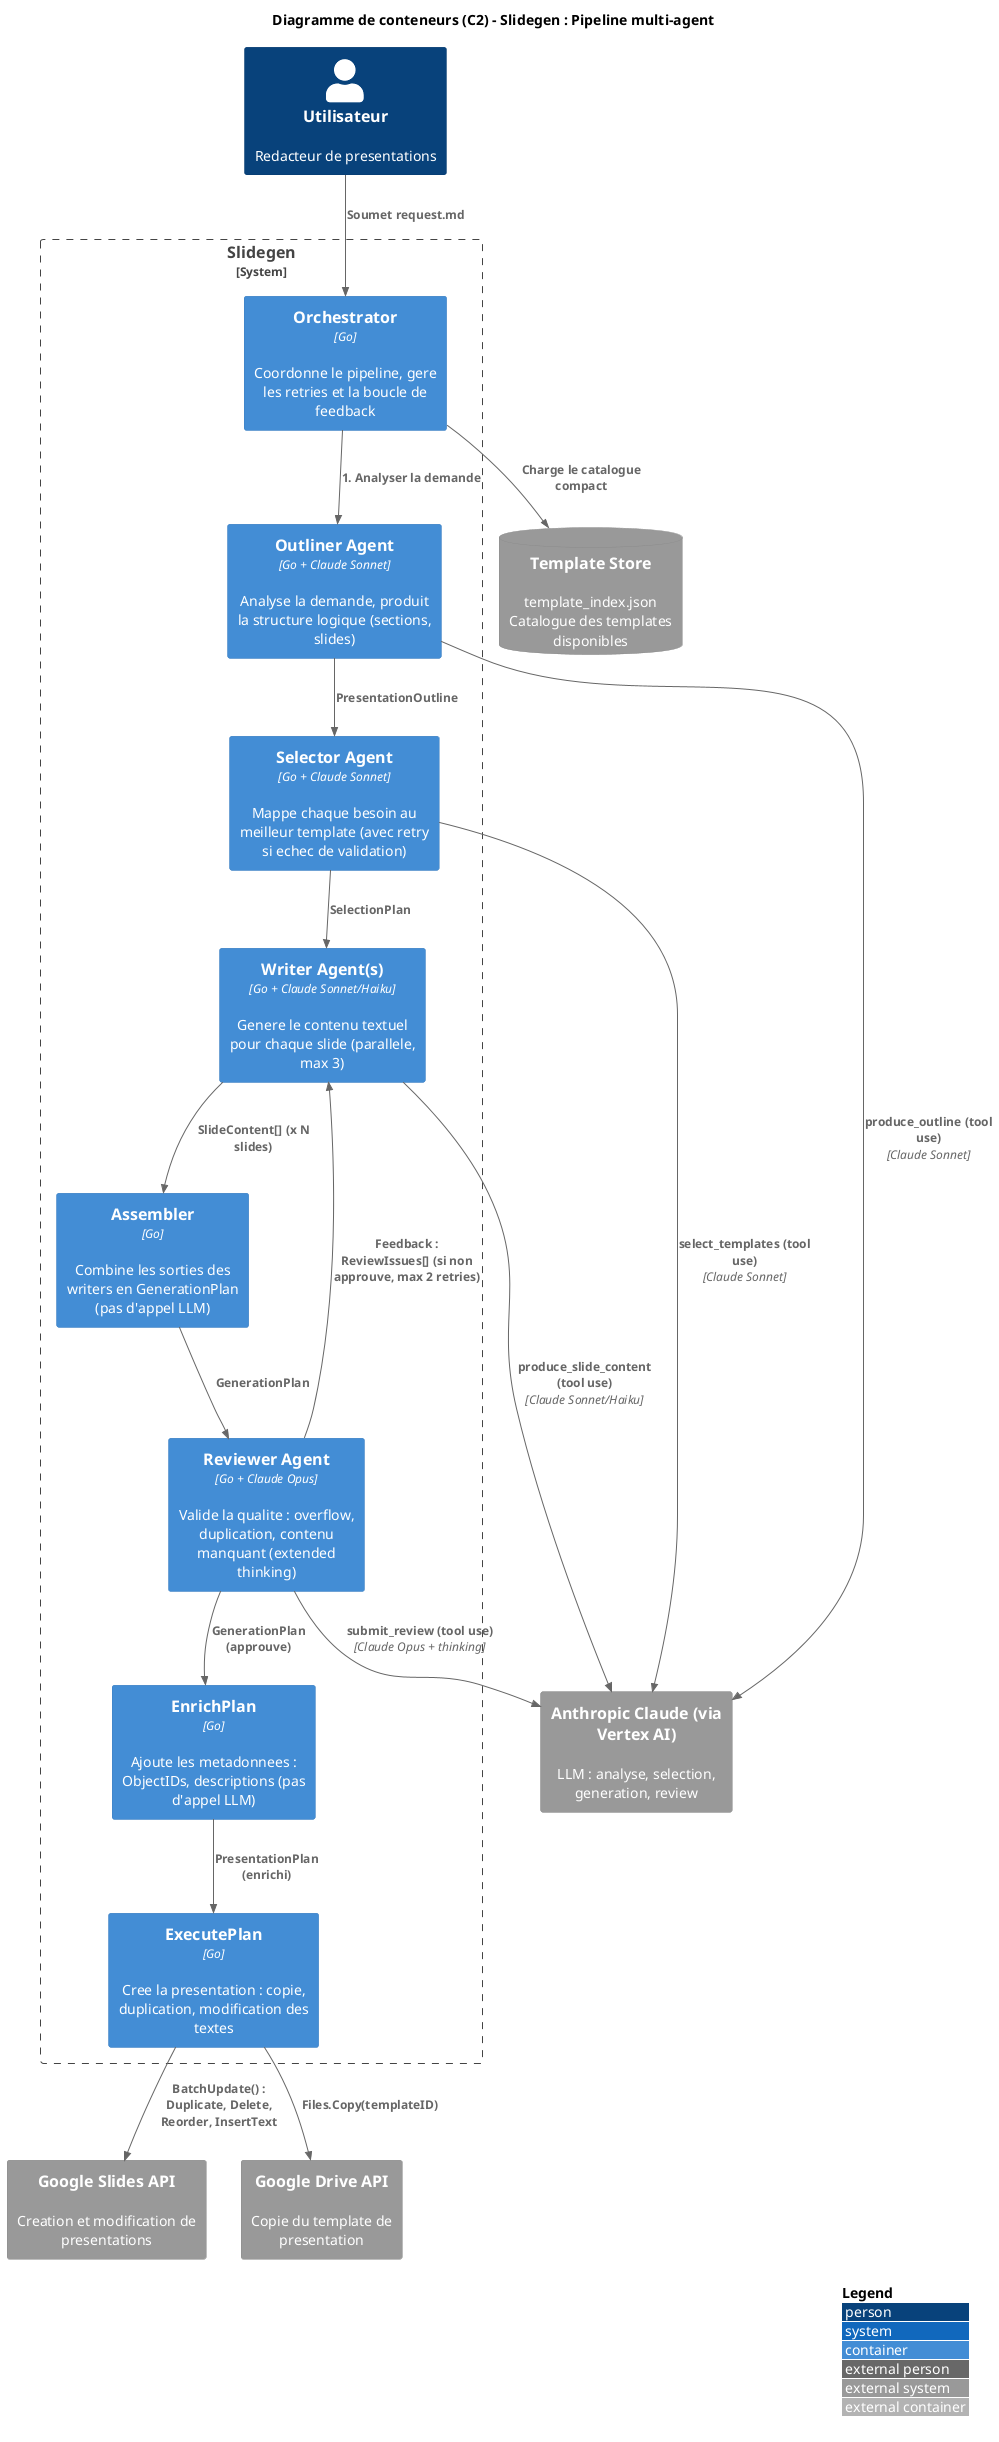
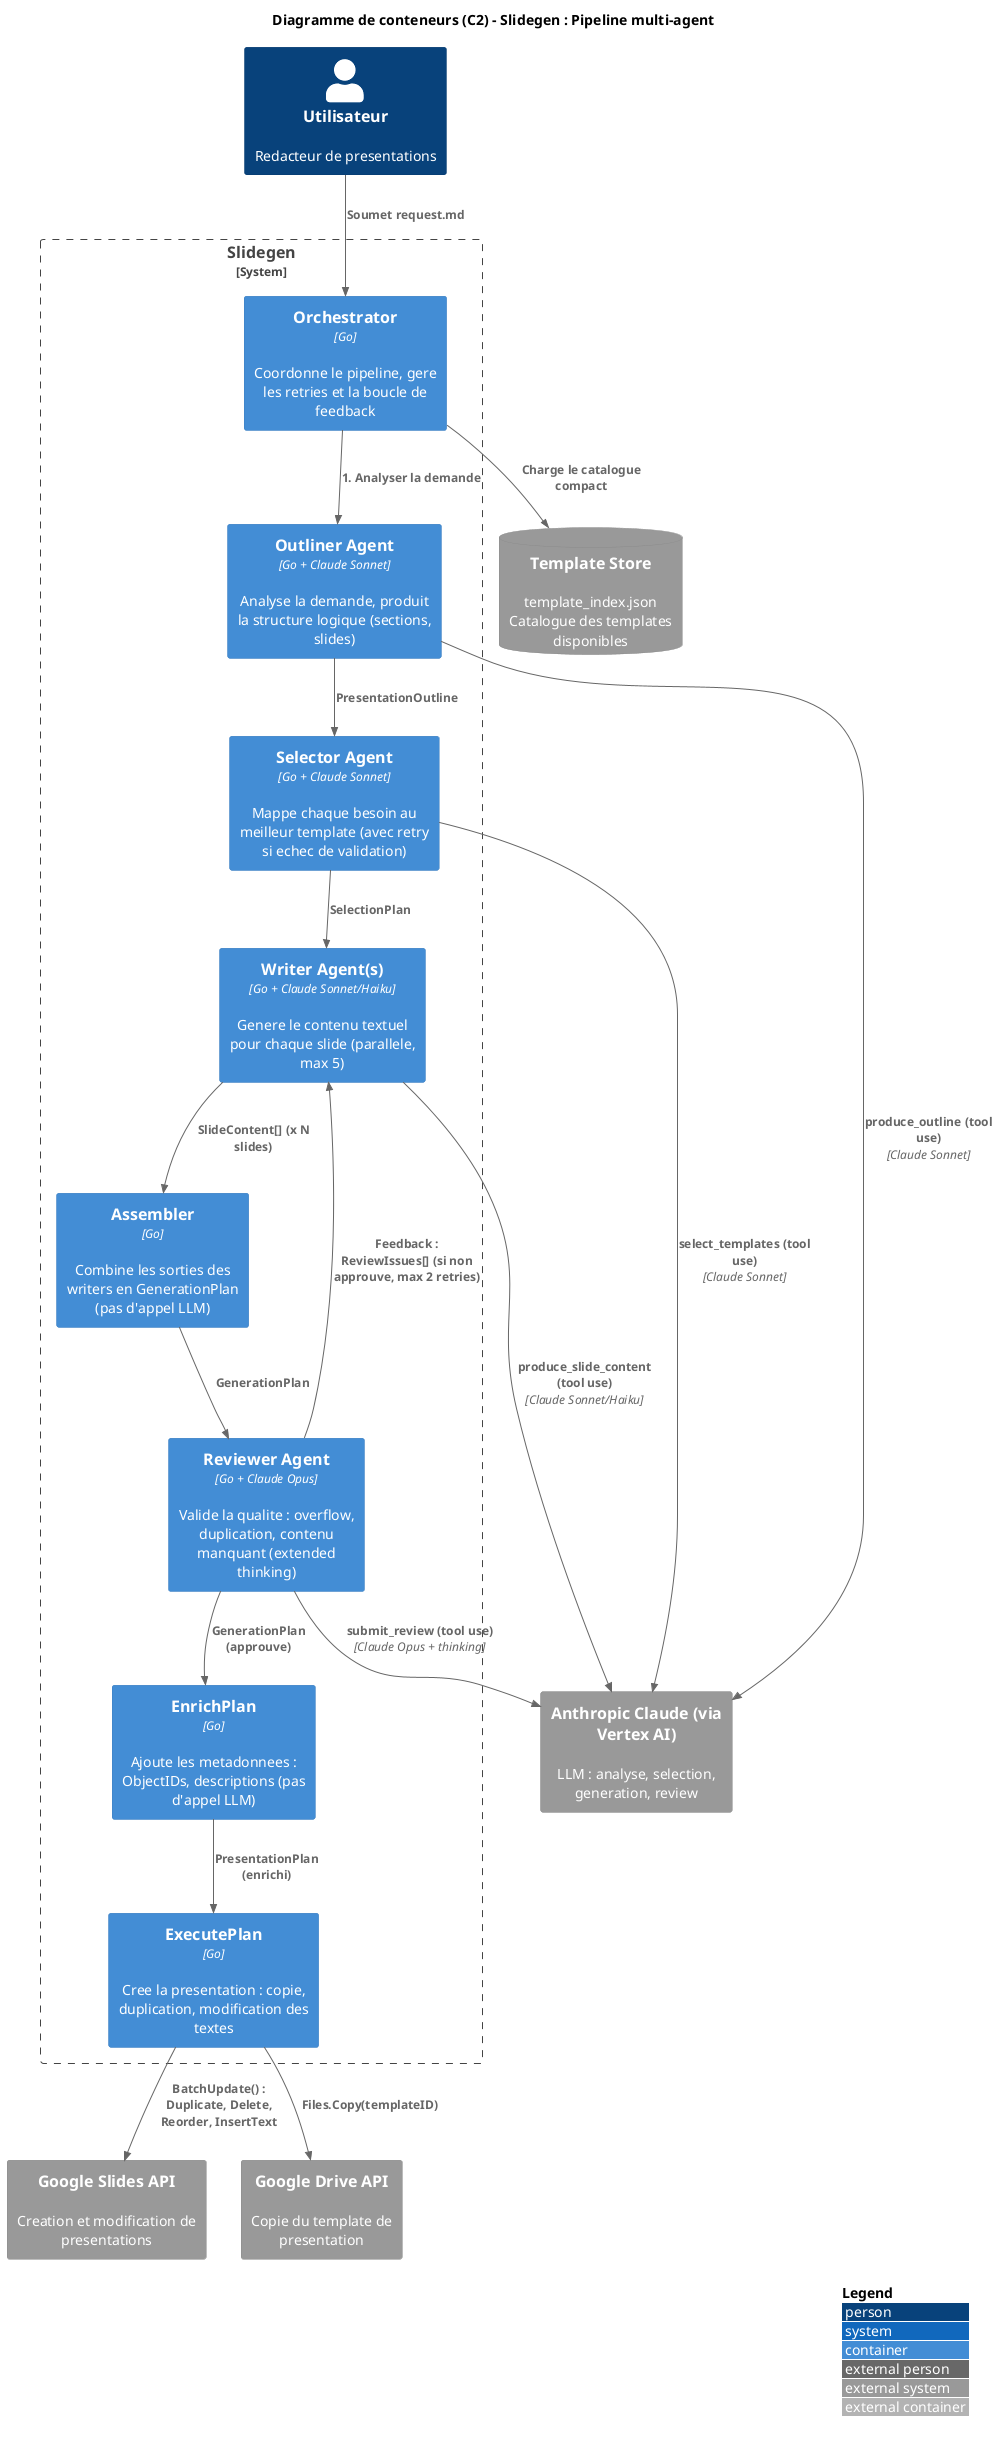
@startuml c2-slidegen
!include <C4/C4_Container>

LAYOUT_WITH_LEGEND()

title Diagramme de conteneurs (C2) - Slidegen : Pipeline multi-agent

Person(user, "Utilisateur", "Redacteur de presentations")

System_Ext(vertexai, "Anthropic Claude (via Vertex AI)", "LLM : analyse, selection, generation, review")
System_Ext(slidesapi, "Google Slides API", "Creation et modification de presentations")
System_Ext(driveapi, "Google Drive API", "Copie du template de presentation")

SystemDb_Ext(store, "Template Store", "template_index.json\nCatalogue des templates disponibles")

System_Boundary(slidegen, "Slidegen") {

    Container(orch, "Orchestrator", "Go", "Coordonne le pipeline, gere les retries et la boucle de feedback")

    Container(outliner, "Outliner Agent", "Go + Claude Sonnet", "Analyse la demande, produit la structure logique (sections, slides)")

    Container(selector, "Selector Agent", "Go + Claude Sonnet", "Mappe chaque besoin au meilleur template (avec retry si echec de validation)")

-     Container(writer, "Writer Agent(s)", "Go + Claude Sonnet/Haiku", "Genere le contenu textuel pour chaque slide (parallele, max 3)")
+     Container(writer, "Writer Agent(s)", "Go + Claude Sonnet/Haiku", "Genere le contenu textuel pour chaque slide (parallele, max 5)")

    Container(assembler, "Assembler", "Go", "Combine les sorties des writers en GenerationPlan (pas d'appel LLM)")

    Container(reviewer, "Reviewer Agent", "Go + Claude Opus", "Valide la qualite : overflow, duplication, contenu manquant (extended thinking)")

    Container(enrich, "EnrichPlan", "Go", "Ajoute les metadonnees : ObjectIDs, descriptions (pas d'appel LLM)")

    Container(execute, "ExecutePlan", "Go", "Cree la presentation : copie, duplication, modification des textes")
}

Rel(user, orch, "Soumet request.md")
Rel(orch, store, "Charge le catalogue compact")

Rel(orch, outliner, "1. Analyser la demande")
Rel(outliner, selector, "PresentationOutline")
Rel(selector, writer, "SelectionPlan")
Rel(writer, assembler, "SlideContent[] (x N slides)")
Rel(assembler, reviewer, "GenerationPlan")

Rel_Back(writer, reviewer, "Feedback : ReviewIssues[] (si non approuve, max 2 retries)")

Rel(reviewer, enrich, "GenerationPlan (approuve)")
Rel(enrich, execute, "PresentationPlan (enrichi)")

Rel(outliner, vertexai, "produce_outline (tool use)", "Claude Sonnet")
Rel(selector, vertexai, "select_templates (tool use)", "Claude Sonnet")
Rel(writer, vertexai, "produce_slide_content (tool use)", "Claude Sonnet/Haiku")
Rel(reviewer, vertexai, "submit_review (tool use)", "Claude Opus + thinking")

Rel(execute, driveapi, "Files.Copy(templateID)")
Rel(execute, slidesapi, "BatchUpdate() : Duplicate, Delete, Reorder, InsertText")

@enduml
